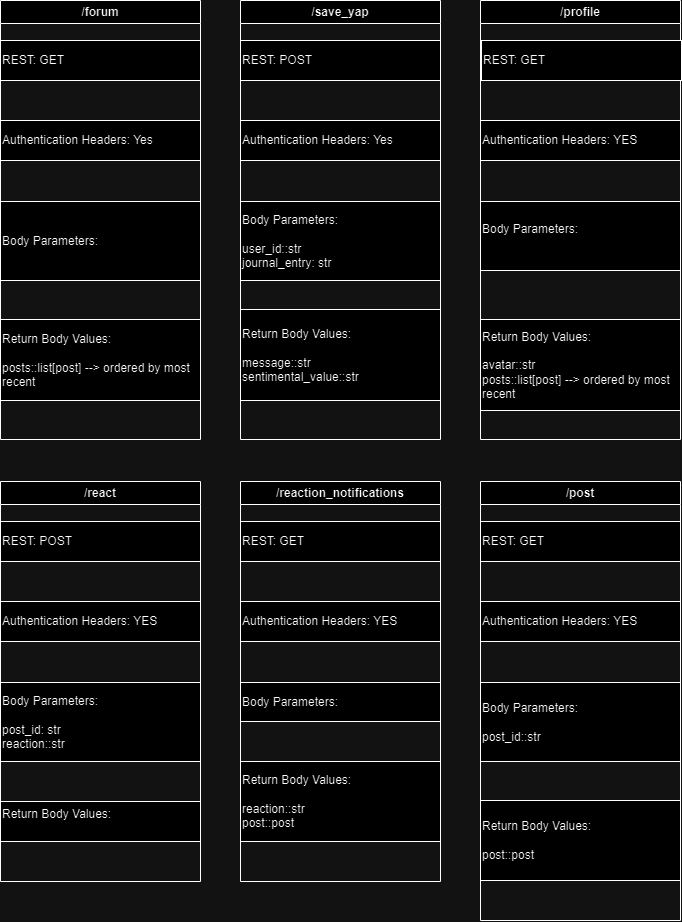
This is backend/assets/backend_APIs.drawio.png from terwo/yapyap, a draw.io export, as it was before one commit. Source tidied: cells renumbered, new cells last; positions are measured from the earlier drawing's top-left corner, leaving out a move shared by most shapes. Its diagram source:
```xml
<mxGraphModel>
  <root>
    <mxCell id="0" />
    <mxCell id="1" parent="0" />
    <mxCell id="2" value="/forum" style="swimlane;whiteSpace=wrap;html=1;" parent="1" vertex="1">
      <mxGeometry width="200" height="439" as="geometry" />
    </mxCell>
    <mxCell id="3" value="REST: GET" style="rounded=0;whiteSpace=wrap;html=1;align=left;" parent="2" vertex="1">
      <mxGeometry y="40" width="200" height="40" as="geometry" />
    </mxCell>
    <mxCell id="4" value="Authentication Headers: Yes" style="rounded=0;whiteSpace=wrap;html=1;align=left;" parent="2" vertex="1">
      <mxGeometry y="120" width="200" height="40" as="geometry" />
    </mxCell>
    <mxCell id="5" value="Body Parameters:&lt;br&gt;" style="rounded=0;whiteSpace=wrap;html=1;align=left;" parent="2" vertex="1">
      <mxGeometry y="201" width="200" height="79" as="geometry" />
    </mxCell>
    <mxCell id="6" value="Return Body Values:&lt;br&gt;&lt;br&gt;posts::list[post] --&amp;gt; ordered by most recent" style="rounded=0;whiteSpace=wrap;html=1;align=left;" parent="2" vertex="1">
      <mxGeometry y="319" width="200" height="81" as="geometry" />
    </mxCell>
    <mxCell id="7" value="/save_yap" style="swimlane;whiteSpace=wrap;html=1;" parent="1" vertex="1">
      <mxGeometry x="240" width="200" height="439" as="geometry" />
    </mxCell>
    <mxCell id="8" value="REST: POST" style="rounded=0;whiteSpace=wrap;html=1;align=left;" parent="7" vertex="1">
      <mxGeometry y="40" width="200" height="40" as="geometry" />
    </mxCell>
    <mxCell id="9" value="Authentication Headers: Yes" style="rounded=0;whiteSpace=wrap;html=1;align=left;" parent="7" vertex="1">
      <mxGeometry y="120" width="200" height="40" as="geometry" />
    </mxCell>
    <mxCell id="10" value="Body Parameters:&lt;br&gt;&lt;br&gt;user_id::str&lt;br&gt;journal_entry: str" style="rounded=0;whiteSpace=wrap;html=1;align=left;" parent="7" vertex="1">
      <mxGeometry y="201" width="200" height="79" as="geometry" />
    </mxCell>
    <mxCell id="11" value="Return Body Values:&lt;br&gt;&lt;br&gt;message::str&lt;br&gt;sentimental_value::str" style="rounded=0;whiteSpace=wrap;html=1;align=left;" parent="7" vertex="1">
      <mxGeometry y="309" width="200" height="91" as="geometry" />
    </mxCell>
    <mxCell id="12" value="/profile" style="swimlane;whiteSpace=wrap;html=1;" parent="1" vertex="1">
      <mxGeometry x="480" width="200" height="439" as="geometry" />
    </mxCell>
    <mxCell id="13" value="REST: GET" style="rounded=0;whiteSpace=wrap;html=1;align=left;" parent="12" vertex="1">
      <mxGeometry x="1" y="40" width="200" height="40" as="geometry" />
    </mxCell>
    <mxCell id="14" value="Authentication Headers: YES" style="rounded=0;whiteSpace=wrap;html=1;align=left;" parent="12" vertex="1">
      <mxGeometry y="120" width="200" height="40" as="geometry" />
    </mxCell>
    <mxCell id="15" value="Body Parameters:&lt;br&gt;&lt;br&gt;" style="rounded=0;whiteSpace=wrap;html=1;align=left;" parent="12" vertex="1">
      <mxGeometry y="201" width="200" height="69" as="geometry" />
    </mxCell>
    <mxCell id="16" value="Return Body Values:&lt;br&gt;&lt;br&gt;avatar::str&lt;br&gt;posts::list[post] --&amp;gt; ordered by most recent" style="rounded=0;whiteSpace=wrap;html=1;align=left;" parent="12" vertex="1">
      <mxGeometry y="319" width="200" height="91" as="geometry" />
    </mxCell>
    <mxCell id="17" value="/react" style="swimlane;whiteSpace=wrap;html=1;" parent="1" vertex="1">
      <mxGeometry y="481" width="200" height="400" as="geometry" />
    </mxCell>
    <mxCell id="18" value="REST: POST" style="rounded=0;whiteSpace=wrap;html=1;align=left;" parent="17" vertex="1">
      <mxGeometry y="40" width="200" height="40" as="geometry" />
    </mxCell>
    <mxCell id="19" value="Authentication Headers: YES" style="rounded=0;whiteSpace=wrap;html=1;align=left;" parent="17" vertex="1">
      <mxGeometry y="120" width="200" height="40" as="geometry" />
    </mxCell>
    <mxCell id="20" value="Body Parameters:&lt;br&gt;&lt;br&gt;post_id: str&lt;br&gt;reaction::str" style="rounded=0;whiteSpace=wrap;html=1;align=left;" parent="17" vertex="1">
      <mxGeometry y="201" width="200" height="79" as="geometry" />
    </mxCell>
    <mxCell id="21" value="Return Body Values:&lt;br&gt;&lt;br&gt;" style="rounded=0;whiteSpace=wrap;html=1;align=left;" parent="17" vertex="1">
      <mxGeometry y="320" width="200" height="40" as="geometry" />
    </mxCell>
    <mxCell id="22" value="/reaction_notifications" style="swimlane;whiteSpace=wrap;html=1;" parent="1" vertex="1">
      <mxGeometry x="240" y="481" width="200" height="400" as="geometry" />
    </mxCell>
    <mxCell id="23" value="REST: GET" style="rounded=0;whiteSpace=wrap;html=1;align=left;" parent="22" vertex="1">
      <mxGeometry y="40" width="200" height="40" as="geometry" />
    </mxCell>
    <mxCell id="24" value="Authentication Headers: YES" style="rounded=0;whiteSpace=wrap;html=1;align=left;" parent="22" vertex="1">
      <mxGeometry y="120" width="200" height="40" as="geometry" />
    </mxCell>
    <mxCell id="25" value="Body Parameters:" style="rounded=0;whiteSpace=wrap;html=1;align=left;" parent="22" vertex="1">
      <mxGeometry y="201" width="200" height="39" as="geometry" />
    </mxCell>
    <mxCell id="26" value="Return Body Values:&lt;br&gt;&lt;br&gt;reaction::str&lt;br&gt;post::post" style="rounded=0;whiteSpace=wrap;html=1;align=left;" parent="22" vertex="1">
      <mxGeometry y="280" width="200" height="80" as="geometry" />
    </mxCell>
    <mxCell id="27" value="/post" style="swimlane;whiteSpace=wrap;html=1;" parent="1" vertex="1">
      <mxGeometry x="480" y="481" width="200" height="439" as="geometry" />
    </mxCell>
    <mxCell id="28" value="REST: GET" style="rounded=0;whiteSpace=wrap;html=1;align=left;" parent="27" vertex="1">
      <mxGeometry y="40" width="200" height="40" as="geometry" />
    </mxCell>
    <mxCell id="29" value="Authentication Headers: YES" style="rounded=0;whiteSpace=wrap;html=1;align=left;" parent="27" vertex="1">
      <mxGeometry y="120" width="200" height="40" as="geometry" />
    </mxCell>
    <mxCell id="30" value="Body Parameters:&lt;br&gt;&lt;br&gt;post_id::str" style="rounded=0;whiteSpace=wrap;html=1;align=left;" parent="27" vertex="1">
      <mxGeometry y="201" width="200" height="79" as="geometry" />
    </mxCell>
    <mxCell id="31" value="Return Body Values:&lt;br&gt;&lt;br&gt;post::post" style="rounded=0;whiteSpace=wrap;html=1;align=left;" parent="27" vertex="1">
      <mxGeometry y="319" width="200" height="80" as="geometry" />
    </mxCell>
  </root>
</mxGraphModel>
```
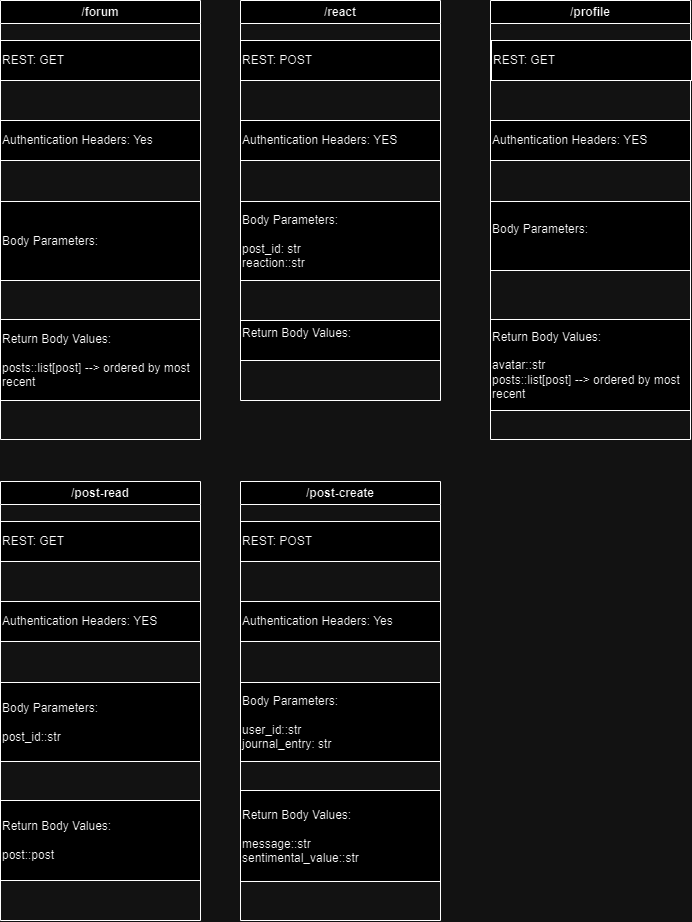
Later version of the same file.

Commit message:
update backend api image

Diff of the diagram source:
```diff
@@ -17,8 +17,8 @@
     <mxCell id="6" value="Return Body Values:&lt;br&gt;&lt;br&gt;posts::list[post] --&amp;gt; ordered by most recent" style="rounded=0;whiteSpace=wrap;html=1;align=left;" parent="2" vertex="1">
       <mxGeometry y="319" width="200" height="81" as="geometry" />
     </mxCell>
-    <mxCell id="7" value="/save_yap" style="swimlane;whiteSpace=wrap;html=1;" parent="1" vertex="1">
-      <mxGeometry x="240" width="200" height="439" as="geometry" />
+    <mxCell id="7" value="/post-create" style="swimlane;whiteSpace=wrap;html=1;" parent="1" vertex="1">
+      <mxGeometry x="240" y="481" width="200" height="439" as="geometry" />
     </mxCell>
     <mxCell id="8" value="REST: POST" style="rounded=0;whiteSpace=wrap;html=1;align=left;" parent="7" vertex="1">
       <mxGeometry y="40" width="200" height="40" as="geometry" />
@@ -33,7 +33,7 @@
       <mxGeometry y="309" width="200" height="91" as="geometry" />
     </mxCell>
     <mxCell id="12" value="/profile" style="swimlane;whiteSpace=wrap;html=1;" parent="1" vertex="1">
-      <mxGeometry x="480" width="200" height="439" as="geometry" />
+      <mxGeometry x="490" width="200" height="439" as="geometry" />
     </mxCell>
     <mxCell id="13" value="REST: GET" style="rounded=0;whiteSpace=wrap;html=1;align=left;" parent="12" vertex="1">
       <mxGeometry x="1" y="40" width="200" height="40" as="geometry" />
@@ -48,7 +48,7 @@
       <mxGeometry y="319" width="200" height="91" as="geometry" />
     </mxCell>
     <mxCell id="17" value="/react" style="swimlane;whiteSpace=wrap;html=1;" parent="1" vertex="1">
-      <mxGeometry y="481" width="200" height="400" as="geometry" />
+      <mxGeometry x="240" width="200" height="400" as="geometry" />
     </mxCell>
     <mxCell id="18" value="REST: POST" style="rounded=0;whiteSpace=wrap;html=1;align=left;" parent="17" vertex="1">
       <mxGeometry y="40" width="200" height="40" as="geometry" />
@@ -62,23 +62,8 @@
     <mxCell id="21" value="Return Body Values:&lt;br&gt;&lt;br&gt;" style="rounded=0;whiteSpace=wrap;html=1;align=left;" parent="17" vertex="1">
       <mxGeometry y="320" width="200" height="40" as="geometry" />
     </mxCell>
-    <mxCell id="22" value="/reaction_notifications" style="swimlane;whiteSpace=wrap;html=1;" parent="1" vertex="1">
-      <mxGeometry x="240" y="481" width="200" height="400" as="geometry" />
-    </mxCell>
-    <mxCell id="23" value="REST: GET" style="rounded=0;whiteSpace=wrap;html=1;align=left;" parent="22" vertex="1">
-      <mxGeometry y="40" width="200" height="40" as="geometry" />
-    </mxCell>
-    <mxCell id="24" value="Authentication Headers: YES" style="rounded=0;whiteSpace=wrap;html=1;align=left;" parent="22" vertex="1">
-      <mxGeometry y="120" width="200" height="40" as="geometry" />
-    </mxCell>
-    <mxCell id="25" value="Body Parameters:" style="rounded=0;whiteSpace=wrap;html=1;align=left;" parent="22" vertex="1">
-      <mxGeometry y="201" width="200" height="39" as="geometry" />
-    </mxCell>
-    <mxCell id="26" value="Return Body Values:&lt;br&gt;&lt;br&gt;reaction::str&lt;br&gt;post::post" style="rounded=0;whiteSpace=wrap;html=1;align=left;" parent="22" vertex="1">
-      <mxGeometry y="280" width="200" height="80" as="geometry" />
-    </mxCell>
-    <mxCell id="27" value="/post" style="swimlane;whiteSpace=wrap;html=1;" parent="1" vertex="1">
-      <mxGeometry x="480" y="481" width="200" height="439" as="geometry" />
+    <mxCell id="27" value="/post-read" style="swimlane;whiteSpace=wrap;html=1;" parent="1" vertex="1">
+      <mxGeometry y="481" width="200" height="439" as="geometry" />
     </mxCell>
     <mxCell id="28" value="REST: GET" style="rounded=0;whiteSpace=wrap;html=1;align=left;" parent="27" vertex="1">
       <mxGeometry y="40" width="200" height="40" as="geometry" />
```
